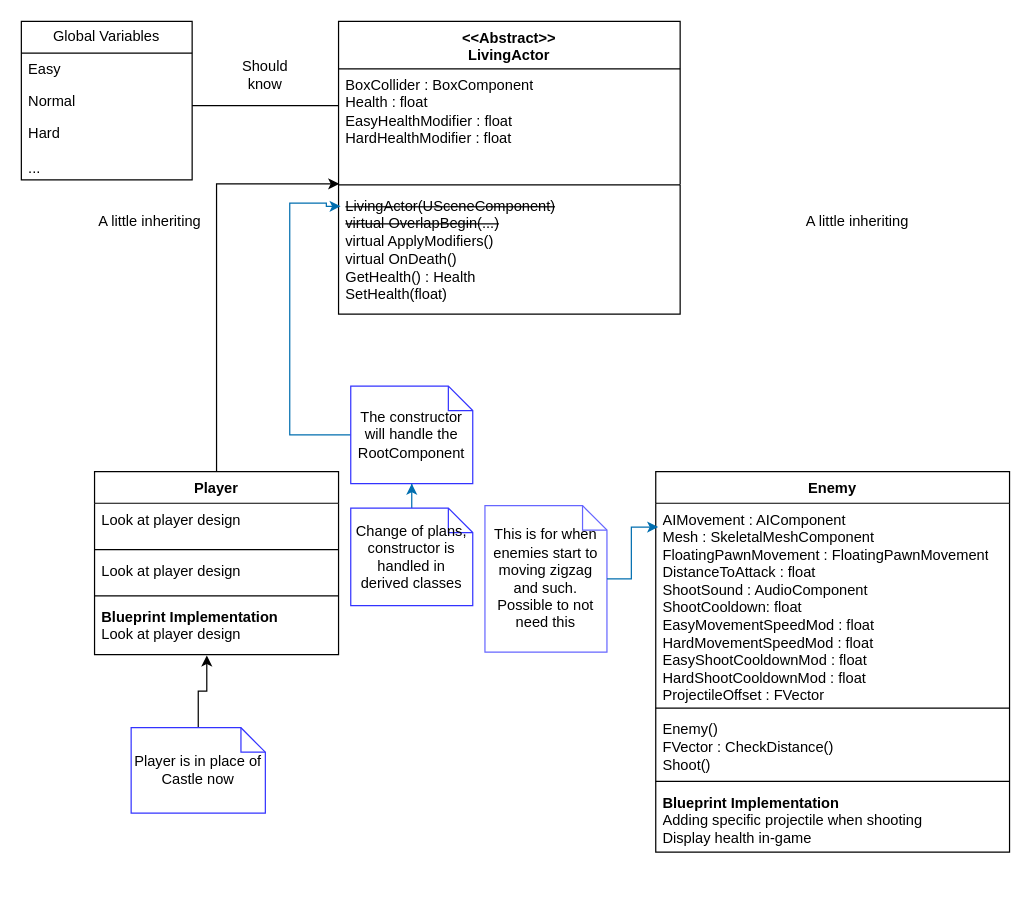
Earlier version of the draw.io diagram Design/LivingActorDesign.drawio (Edge321/DragonsDefense_v2). Source tidied: cells renumbered, new cells numbered last; positions are measured from the earlier drawing's top-left corner, leaving out a move shared by most shapes. Both pictures are drawn from the tidied source at 122%, with x=0, y=0 at pixel (21, 21).
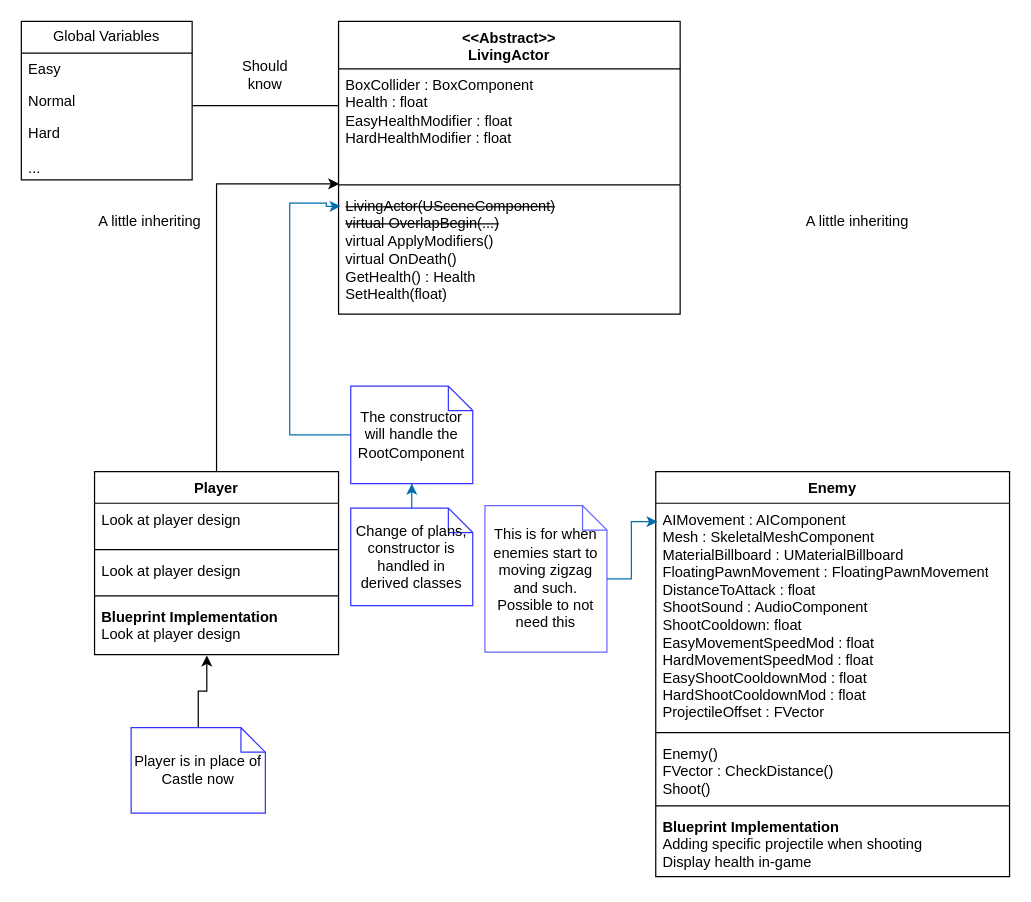
After the change.

The change refers to these unchanged cells:
```xml
<mxCell id="30" value="This is for when enemies start to moving zigzag and such.&lt;br&gt;Possible to not need this" style="shape=note;size=20;whiteSpace=wrap;html=1;fillColor=default;strokeColor=#6666FF;" parent="1" vertex="1">
  <mxGeometry x="380" y="397" width="100" height="120" as="geometry" />
</mxCell>
```

What changed in the source:
```diff
@@
     <mxCell id="24" value="Enemy" style="swimlane;fontStyle=1;align=center;verticalAlign=top;horizontal=1;startSize=26;whiteSpace=wrap;html=1;" parent="1" vertex="1">
-      <mxGeometry x="520" y="369" width="290" height="312" as="geometry" />
+      <mxGeometry x="520" y="369" width="290" height="332" as="geometry" />
     </mxCell>
-    <mxCell id="25" value="AIMovement : AIComponent&lt;br&gt;Mesh : SkeletalMeshComponent&lt;br&gt;FloatingPawnMovement : FloatingPawnMovement&lt;br&gt;DistanceToAttack : float&lt;br&gt;ShootSound : AudioComponent&lt;br&gt;ShootCooldown: float&lt;br&gt;EasyMovementSpeedMod : float&lt;br&gt;HardMovementSpeedMod : float&lt;br&gt;EasyShootCooldownMod : float&lt;br&gt;HardShootCooldownMod : float&lt;br&gt;ProjectileOffset : FVector" style="text;strokeColor=none;fillColor=none;align=left;verticalAlign=top;spacingLeft=4;spacingRight=4;overflow=hidden;points=[[0,0.5],[1,0.5]];portConstraint=eastwest;whiteSpace=wrap;html=1;" parent="24" vertex="1">
-      <mxGeometry y="26" width="290" height="164" as="geometry" />
+    <mxCell id="25" value="AIMovement : AIComponent&lt;br&gt;Mesh : SkeletalMeshComponent&lt;br&gt;MaterialBillboard : UMaterialBillboard&lt;br&gt;FloatingPawnMovement : FloatingPawnMovement&lt;br&gt;DistanceToAttack : float&lt;br&gt;ShootSound : AudioComponent&lt;br&gt;ShootCooldown: float&lt;br&gt;EasyMovementSpeedMod : float&lt;br&gt;HardMovementSpeedMod : float&lt;br&gt;EasyShootCooldownMod : float&lt;br&gt;HardShootCooldownMod : float&lt;br&gt;ProjectileOffset : FVector&lt;br&gt;" style="text;strokeColor=none;fillColor=none;align=left;verticalAlign=top;spacingLeft=4;spacingRight=4;overflow=hidden;points=[[0,0.5],[1,0.5]];portConstraint=eastwest;whiteSpace=wrap;html=1;" parent="24" vertex="1">
+      <mxGeometry y="26" width="290" height="184" as="geometry" />
     </mxCell>
     <mxCell id="26" style="line;strokeWidth=1;fillColor=none;align=left;verticalAlign=middle;spacingTop=-1;spacingLeft=3;spacingRight=3;labelPosition=right;strokeColor=inherit;" parent="24" vertex="1">
-      <mxGeometry y="190" width="290" height="8" as="geometry" />
+      <mxGeometry y="210" width="290" height="8" as="geometry" />
     </mxCell>
     <mxCell id="27" value="Enemy()&lt;br&gt;FVector : CheckDistance()&lt;br&gt;Shoot()" style="text;strokeColor=none;fillColor=none;align=left;verticalAlign=top;spacingLeft=4;spacingRight=4;overflow=hidden;whiteSpace=wrap;html=1;" parent="24" vertex="1">
-      <mxGeometry y="198" width="290" height="52" as="geometry" />
+      <mxGeometry y="218" width="290" height="52" as="geometry" />
     </mxCell>
     <mxCell id="28" style="line;strokeWidth=1;fillColor=none;align=left;verticalAlign=middle;spacingTop=-1;spacingLeft=3;spacingRight=3;labelPosition=right;strokeColor=inherit;" parent="24" vertex="1">
-      <mxGeometry y="250" width="290" height="8" as="geometry" />
+      <mxGeometry y="270" width="290" height="8" as="geometry" />
     </mxCell>
     <mxCell id="29" value="&lt;b&gt;Blueprint Implementation&lt;/b&gt;&lt;br&gt;Adding specific projectile when shooting&lt;br&gt;Display health in-game" style="text;strokeColor=none;fillColor=none;align=left;verticalAlign=top;spacingLeft=4;spacingRight=4;overflow=hidden;whiteSpace=wrap;html=1;" parent="24" vertex="1">
-      <mxGeometry y="258" width="290" height="54" as="geometry" />
+      <mxGeometry y="278" width="290" height="54" as="geometry" />
     </mxCell>
@@
-    <mxCell id="31" style="edgeStyle=orthogonalEdgeStyle;rounded=0;jettySize=auto;html=1;entryX=0.007;entryY=0.119;entryDx=0;entryDy=0;entryPerimeter=0;fillColor=#1ba1e2;strokeColor=#006EAF;" parent="1" edge="1" source="30" target="25">
+    <mxCell id="31" style="edgeStyle=orthogonalEdgeStyle;rounded=0;jettySize=auto;html=1;entryX=0.005;entryY=0.082;entryDx=0;entryDy=0;entryPerimeter=0;fillColor=#1ba1e2;strokeColor=#006EAF;" parent="1" edge="1" source="30" target="25">
       <mxGeometry relative="1" as="geometry" />
     </mxCell>
```
